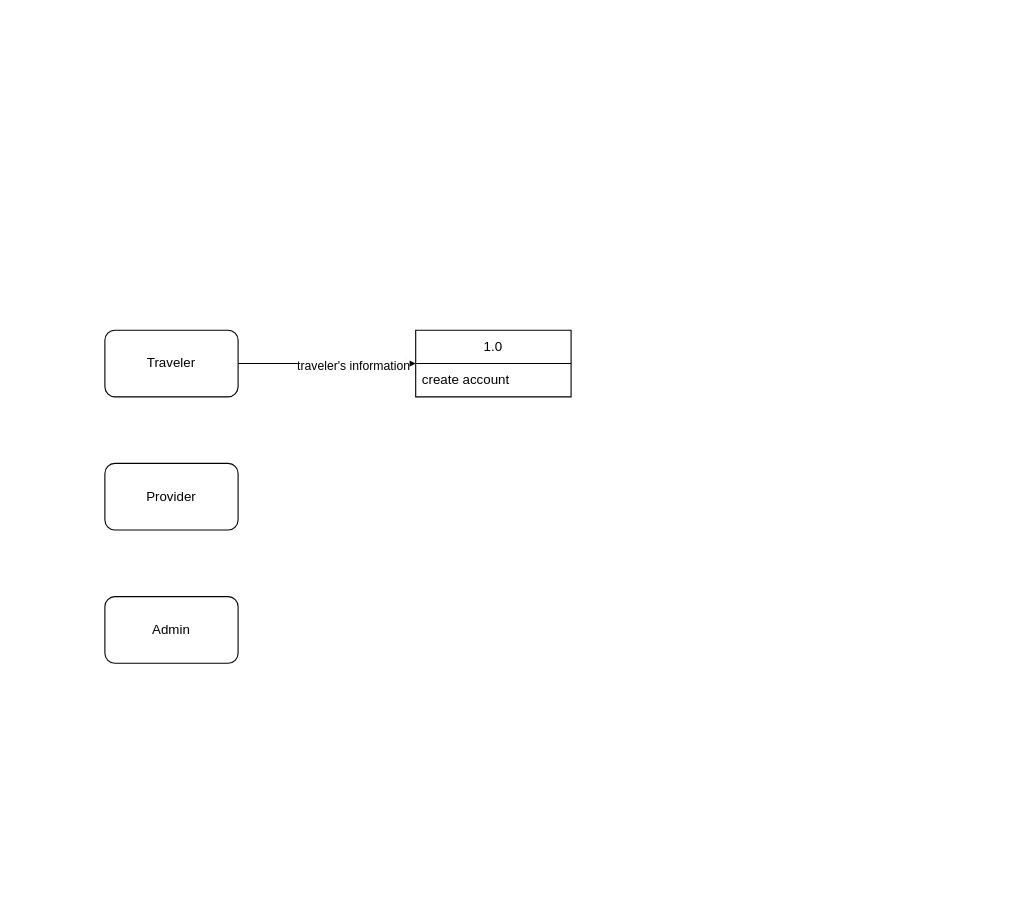
Before: banpin_app_data_flow.drawio in thunwara/namer_app, a draw.io diagram. Source tidied: cells renumbered, new cells numbered last; positions are measured from the earlier drawing's top-left corner, leaving out a move shared by most shapes. Both pictures are drawn from the tidied source at 111%, with x=0, y=0 at pixel (104, 330).
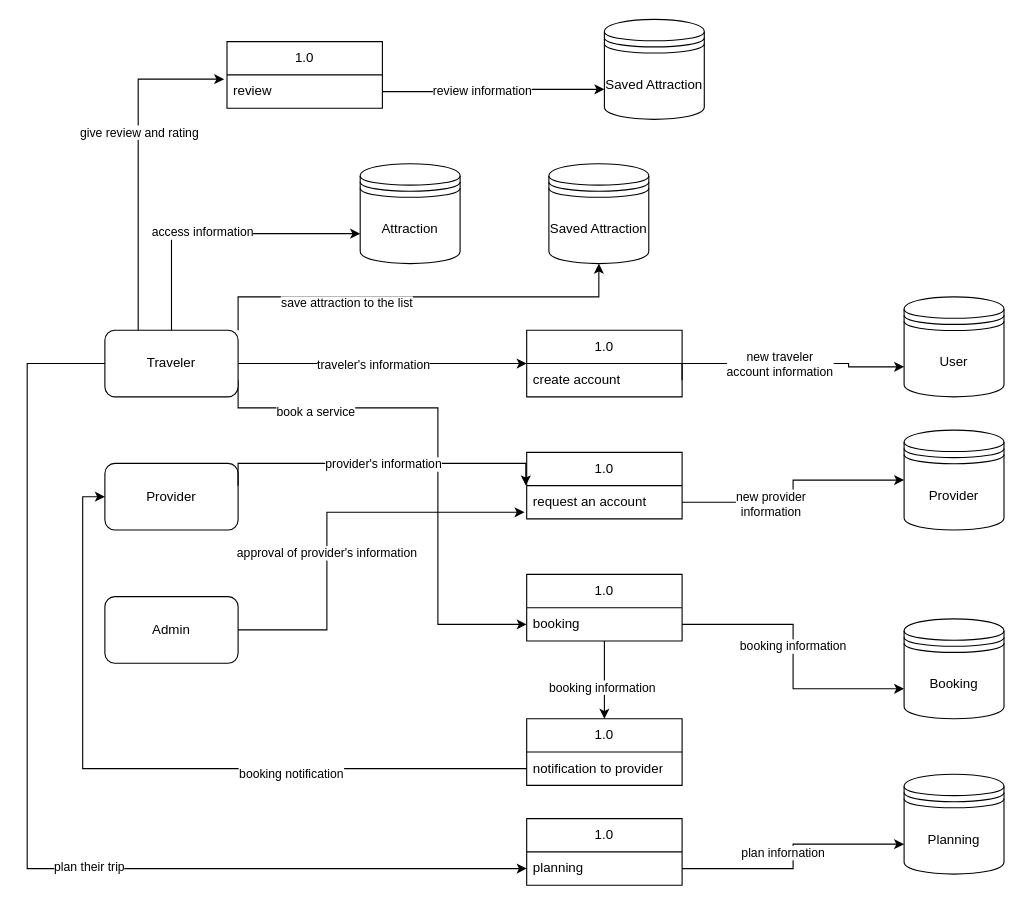
After the change.

The change refers to these unchanged cells:
```xml
<mxCell id="4" value="Traveler" style="rounded=1;whiteSpace=wrap;html=1;" parent="1" vertex="1">
  <mxGeometry width="120" height="60" as="geometry" />
</mxCell>
<mxCell id="5" value="Provider" style="rounded=1;whiteSpace=wrap;html=1;" parent="1" vertex="1">
  <mxGeometry y="120" width="120" height="60" as="geometry" />
</mxCell>
<mxCell id="6" value="Admin" style="rounded=1;whiteSpace=wrap;html=1;" parent="1" vertex="1">
  <mxGeometry y="240" width="120" height="60" as="geometry" />
</mxCell>
<mxCell id="8" value="create account" style="text;strokeColor=none;fillColor=none;align=left;verticalAlign=middle;spacingLeft=4;spacingRight=4;overflow=hidden;points=[[0,0.5],[1,0.5]];portConstraint=eastwest;whiteSpace=wrap;html=1;" parent="7" vertex="1">
  <mxGeometry y="30" width="140" height="30" as="geometry" />
</mxCell>
```

The edit, as a diff of the source:
```diff
@@
     <mxCell id="2" style="edgeStyle=orthogonalEdgeStyle;rounded=0;jettySize=auto;html=1;exitX=1;exitY=0.5;exitDx=0;exitDy=0;entryX=0;entryY=0.5;entryDx=0;entryDy=0;" parent="1" edge="1" source="4" target="7">
-      <mxGeometry relative="1" as="geometry" />
+      <mxGeometry relative="1" as="geometry">
+        <Array as="points">
+          <mxPoint x="320" y="30" />
+          <mxPoint x="320" y="30" />
+        </Array>
+      </mxGeometry>
     </mxCell>
     <mxCell id="3" value="traveler's information" style="edgeLabel;html=1;align=center;verticalAlign=middle;" parent="2" vertex="1">
-      <mxGeometry x="0.29" y="-1" relative="1" as="geometry" />
+      <mxGeometry x="0.29" y="-1" relative="1" as="geometry">
+        <mxPoint x="-47" y="-1" as="offset" />
+      </mxGeometry>
     </mxCell>
+    <mxCell id="9" style="edgeStyle=orthogonalEdgeStyle;rounded=0;jettySize=auto;html=1;exitX=0.5;exitY=0;exitDx=0;exitDy=0;entryX=0;entryY=0.7;entryDx=0;entryDy=0;" parent="1" edge="1" source="4" target="26">
+      <mxGeometry relative="1" as="geometry" />
+    </mxCell>
+    <mxCell id="10" value="access information" style="edgeLabel;html=1;align=center;verticalAlign=middle;" parent="9" vertex="1">
+      <mxGeometry x="-0.11" y="2" relative="1" as="geometry" />
+    </mxCell>
+    <mxCell id="11" style="edgeStyle=orthogonalEdgeStyle;rounded=0;jettySize=auto;html=1;exitX=1;exitY=0;exitDx=0;exitDy=0;" parent="1" edge="1" source="4" target="27">
+      <mxGeometry relative="1" as="geometry" />
+    </mxCell>
+    <mxCell id="12" value="save attraction to the list" style="edgeLabel;html=1;align=center;verticalAlign=middle;" parent="11" vertex="1">
+      <mxGeometry x="-0.34" y="-5" relative="1" as="geometry" />
+    </mxCell>
+    <mxCell id="13" style="edgeStyle=orthogonalEdgeStyle;rounded=0;jettySize=auto;html=1;exitX=1;exitY=0.75;exitDx=0;exitDy=0;entryX=0;entryY=0.5;entryDx=0;entryDy=0;" parent="1" edge="1" source="4" target="29">
+      <mxGeometry relative="1" as="geometry">
+        <Array as="points">
+          <mxPoint x="120" y="70" />
+          <mxPoint x="300" y="70" />
+          <mxPoint x="300" y="265" />
+        </Array>
+      </mxGeometry>
+    </mxCell>
+    <mxCell id="14" value="book a service" style="edgeLabel;html=1;align=center;verticalAlign=middle;" parent="13" vertex="1">
+      <mxGeometry x="-0.61" y="-3" relative="1" as="geometry" />
+    </mxCell>
+    <mxCell id="15" style="edgeStyle=orthogonalEdgeStyle;rounded=0;jettySize=auto;html=1;exitX=0;exitY=0.5;exitDx=0;exitDy=0;entryX=0;entryY=0.5;entryDx=0;entryDy=0;" parent="1" edge="1" source="4" target="50">
+      <mxGeometry relative="1" as="geometry">
+        <Array as="points">
+          <mxPoint x="-70" y="30" />
+          <mxPoint x="-70" y="485" />
+        </Array>
+      </mxGeometry>
+    </mxCell>
+    <mxCell id="16" value="plan their trip" style="edgeLabel;html=1;align=center;verticalAlign=middle;" parent="15" vertex="1">
+      <mxGeometry x="0.19" y="2" relative="1" as="geometry" />
+    </mxCell>
@@
     <mxCell id="7" value="1.0" style="swimlane;fontStyle=0;horizontal=1;startSize=30;whiteSpace=wrap;html=1;" parent="1" vertex="1">
-      <mxGeometry x="280" width="140" height="60" as="geometry" />
+      <mxGeometry x="380" width="140" height="60" as="geometry" />
     </mxCell>
@@
+    <mxCell id="17" value="User" style="shape=datastore;whiteSpace=wrap;html=1;" parent="1" vertex="1">
+      <mxGeometry x="720" y="-30" width="90" height="90" as="geometry" />
+    </mxCell>
+    <mxCell id="18" style="edgeStyle=orthogonalEdgeStyle;rounded=0;jettySize=auto;html=1;exitX=1;exitY=0.5;exitDx=0;exitDy=0;entryX=0;entryY=0.7;entryDx=0;entryDy=0;" parent="1" edge="1" source="8" target="17">
+      <mxGeometry relative="1" as="geometry">
+        <Array as="points">
+          <mxPoint x="520" y="30" />
+          <mxPoint x="670" y="30" />
+          <mxPoint x="670" y="33" />
+        </Array>
+      </mxGeometry>
+    </mxCell>
+    <mxCell id="19" value="new traveler&lt;br&gt;account information" style="edgeLabel;html=1;align=center;verticalAlign=middle;" parent="18" vertex="1">
+      <mxGeometry x="-0.06" relative="1" as="geometry" />
+    </mxCell>
+    <mxCell id="20" value="1.0" style="swimlane;fontStyle=0;horizontal=1;startSize=30;whiteSpace=wrap;html=1;" parent="1" vertex="1">
+      <mxGeometry x="380" y="110" width="140" height="60" as="geometry" />
+    </mxCell>
+    <mxCell id="21" value="request an account" style="text;strokeColor=none;fillColor=none;align=left;verticalAlign=middle;spacingLeft=4;spacingRight=4;overflow=hidden;points=[[0,0.5],[1,0.5]];portConstraint=eastwest;whiteSpace=wrap;html=1;" parent="20" vertex="1">
+      <mxGeometry y="30" width="140" height="30" as="geometry" />
+    </mxCell>
+    <mxCell id="22" style="edgeStyle=orthogonalEdgeStyle;rounded=0;orthogonalLoop=1;jettySize=auto;html=1;exitX=1;exitY=0.5;exitDx=0;exitDy=0;entryX=-0.006;entryY=0.328;entryDx=0;entryDy=0;entryPerimeter=0;" parent="1" edge="1">
+      <mxGeometry relative="1" as="geometry">
+        <mxPoint x="120" y="140" as="sourcePoint" />
+        <mxPoint x="379.2" y="139.8" as="targetPoint" />
+        <Array as="points">
+          <mxPoint x="120" y="120" />
+          <mxPoint x="379" y="120" />
+        </Array>
+      </mxGeometry>
+    </mxCell>
+    <mxCell id="23" value="provider's information" style="edgeLabel;html=1;align=center;verticalAlign=middle;" parent="22" vertex="1">
+      <mxGeometry x="0.14" y="-3" relative="1" as="geometry">
+        <mxPoint x="-20" y="-3" as="offset" />
+      </mxGeometry>
+    </mxCell>
+    <mxCell id="24" style="edgeStyle=orthogonalEdgeStyle;rounded=0;jettySize=auto;html=1;exitX=1;exitY=0.5;exitDx=0;exitDy=0;entryX=-0.014;entryY=0.8;entryDx=0;entryDy=0;entryPerimeter=0;" parent="1" edge="1" source="6" target="21">
+      <mxGeometry relative="1" as="geometry">
+        <Array as="points">
+          <mxPoint x="200" y="270" />
+          <mxPoint x="200" y="164" />
+        </Array>
+      </mxGeometry>
+    </mxCell>
+    <mxCell id="25" value="approval of provider's information" style="edgeLabel;html=1;align=center;verticalAlign=middle;" parent="24" vertex="1">
+      <mxGeometry x="-0.79" y="-1" relative="1" as="geometry">
+        <mxPoint x="41" y="-71" as="offset" />
+      </mxGeometry>
+    </mxCell>
+    <mxCell id="26" value="Attraction" style="shape=datastore;whiteSpace=wrap;html=1;" parent="1" vertex="1">
+      <mxGeometry x="230" y="-150" width="90" height="90" as="geometry" />
+    </mxCell>
+    <mxCell id="27" value="Saved Attraction" style="shape=datastore;whiteSpace=wrap;html=1;" parent="1" vertex="1">
+      <mxGeometry x="400" y="-150" width="90" height="90" as="geometry" />
+    </mxCell>
+    <mxCell id="28" value="1.0" style="swimlane;fontStyle=0;horizontal=1;startSize=30;whiteSpace=wrap;html=1;" parent="1" vertex="1">
+      <mxGeometry x="380" y="220" width="140" height="60" as="geometry" />
+    </mxCell>
+    <mxCell id="29" value="booking" style="text;strokeColor=none;fillColor=none;align=left;verticalAlign=middle;spacingLeft=4;spacingRight=4;overflow=hidden;points=[[0,0.5],[1,0.5]];portConstraint=eastwest;whiteSpace=wrap;html=1;" parent="28" vertex="1">
+      <mxGeometry y="30" width="140" height="30" as="geometry" />
+    </mxCell>
+    <mxCell id="30" value="Booking" style="shape=datastore;whiteSpace=wrap;html=1;" parent="1" vertex="1">
+      <mxGeometry x="720" y="260" width="90" height="90" as="geometry" />
+    </mxCell>
+    <mxCell id="31" style="edgeStyle=orthogonalEdgeStyle;rounded=0;jettySize=auto;html=1;entryX=0;entryY=0.7;entryDx=0;entryDy=0;" parent="1" edge="1" source="29" target="30">
+      <mxGeometry relative="1" as="geometry" />
+    </mxCell>
+    <mxCell id="32" value="booking information" style="edgeLabel;html=1;align=center;verticalAlign=middle;" parent="31" vertex="1">
+      <mxGeometry x="-0.08" y="-1" relative="1" as="geometry" />
+    </mxCell>
+    <mxCell id="33" value="1.0" style="swimlane;fontStyle=0;horizontal=1;startSize=30;whiteSpace=wrap;html=1;" parent="1" vertex="1">
+      <mxGeometry x="380" y="350" width="140" height="60" as="geometry" />
+    </mxCell>
+    <mxCell id="34" value="notification to provider" style="text;strokeColor=none;fillColor=none;align=left;verticalAlign=middle;spacingLeft=4;spacingRight=4;overflow=hidden;points=[[0,0.5],[1,0.5]];portConstraint=eastwest;whiteSpace=wrap;html=1;" parent="33" vertex="1">
+      <mxGeometry y="30" width="140" height="30" as="geometry" />
+    </mxCell>
+    <mxCell id="35" style="edgeStyle=orthogonalEdgeStyle;rounded=0;jettySize=auto;html=1;" parent="1" edge="1" source="29" target="33">
+      <mxGeometry relative="1" as="geometry">
+        <Array as="points">
+          <mxPoint x="450" y="290" />
+          <mxPoint x="450" y="290" />
+        </Array>
+      </mxGeometry>
+    </mxCell>
+    <mxCell id="36" value="booking information" style="edgeLabel;html=1;align=center;verticalAlign=middle;" parent="35" vertex="1">
+      <mxGeometry x="0.17" y="-3" relative="1" as="geometry" />
+    </mxCell>
+    <mxCell id="37" style="edgeStyle=orthogonalEdgeStyle;rounded=0;jettySize=auto;html=1;entryX=0;entryY=0.5;entryDx=0;entryDy=0;" parent="1" edge="1" source="34" target="5">
+      <mxGeometry relative="1" as="geometry" />
+    </mxCell>
+    <mxCell id="38" value="booking notification" style="edgeLabel;html=1;align=center;verticalAlign=middle;" parent="37" vertex="1">
+      <mxGeometry x="-0.36" y="4" relative="1" as="geometry" />
+    </mxCell>
+    <mxCell id="39" value="1.0" style="swimlane;fontStyle=0;horizontal=1;startSize=30;whiteSpace=wrap;html=1;" parent="1" vertex="1">
+      <mxGeometry x="110" y="-260" width="140" height="60" as="geometry" />
+    </mxCell>
+    <mxCell id="40" value="review" style="text;strokeColor=none;fillColor=none;align=left;verticalAlign=middle;spacingLeft=4;spacingRight=4;overflow=hidden;points=[[0,0.5],[1,0.5]];portConstraint=eastwest;whiteSpace=wrap;html=1;" parent="39" vertex="1">
+      <mxGeometry y="30" width="140" height="30" as="geometry" />
+    </mxCell>
+    <mxCell id="41" style="edgeStyle=orthogonalEdgeStyle;rounded=0;jettySize=auto;html=1;entryX=-0.018;entryY=0.127;entryDx=0;entryDy=0;entryPerimeter=0;" parent="1" edge="1" source="4" target="40">
+      <mxGeometry relative="1" as="geometry">
+        <Array as="points">
+          <mxPoint x="30" y="-226" />
+        </Array>
+      </mxGeometry>
+    </mxCell>
+    <mxCell id="42" value="give review and rating" style="edgeLabel;html=1;align=center;verticalAlign=middle;" parent="41" vertex="1">
+      <mxGeometry x="0.18" relative="1" as="geometry" />
+    </mxCell>
+    <mxCell id="43" value="Saved Attraction" style="shape=datastore;whiteSpace=wrap;html=1;" parent="1" vertex="1">
+      <mxGeometry x="450" y="-280" width="90" height="90" as="geometry" />
+    </mxCell>
+    <mxCell id="44" style="edgeStyle=orthogonalEdgeStyle;rounded=0;jettySize=auto;html=1;exitX=1;exitY=0.5;exitDx=0;exitDy=0;entryX=0;entryY=0.7;entryDx=0;entryDy=0;" parent="1" edge="1" source="40" target="43">
+      <mxGeometry relative="1" as="geometry" />
+    </mxCell>
+    <mxCell id="45" value="review information" style="edgeLabel;html=1;align=center;verticalAlign=middle;" parent="44" vertex="1">
+      <mxGeometry x="-0.12" y="1" relative="1" as="geometry" />
+    </mxCell>
+    <mxCell id="46" value="Provider" style="shape=datastore;whiteSpace=wrap;html=1;" parent="1" vertex="1">
+      <mxGeometry x="720" y="90" width="90" height="90" as="geometry" />
+    </mxCell>
+    <mxCell id="47" style="edgeStyle=orthogonalEdgeStyle;rounded=0;jettySize=auto;html=1;" parent="1" edge="1" source="21" target="46">
+      <mxGeometry relative="1" as="geometry" />
+    </mxCell>
+    <mxCell id="48" value="new provider&lt;br&gt;information" style="edgeLabel;html=1;align=center;verticalAlign=middle;" parent="47" vertex="1">
+      <mxGeometry x="-0.28" y="-1" relative="1" as="geometry" />
+    </mxCell>
+    <mxCell id="49" value="1.0" style="swimlane;fontStyle=0;horizontal=1;startSize=30;whiteSpace=wrap;html=1;" parent="1" vertex="1">
+      <mxGeometry x="380" y="440" width="140" height="60" as="geometry" />
+    </mxCell>
+    <mxCell id="50" value="planning" style="text;strokeColor=none;fillColor=none;align=left;verticalAlign=middle;spacingLeft=4;spacingRight=4;overflow=hidden;points=[[0,0.5],[1,0.5]];portConstraint=eastwest;whiteSpace=wrap;html=1;" parent="49" vertex="1">
+      <mxGeometry y="30" width="140" height="30" as="geometry" />
+    </mxCell>
+    <mxCell id="51" value="Planning" style="shape=datastore;whiteSpace=wrap;html=1;" parent="1" vertex="1">
+      <mxGeometry x="720" y="400" width="90" height="90" as="geometry" />
+    </mxCell>
+    <mxCell id="52" style="edgeStyle=orthogonalEdgeStyle;rounded=0;jettySize=auto;html=1;exitX=1;exitY=0.5;exitDx=0;exitDy=0;entryX=0;entryY=0.7;entryDx=0;entryDy=0;" parent="1" edge="1" source="50" target="51">
+      <mxGeometry relative="1" as="geometry" />
+    </mxCell>
+    <mxCell id="53" value="plan infornation" style="edgeLabel;html=1;align=center;verticalAlign=middle;" parent="52" vertex="1">
+      <mxGeometry x="-0.71" y="2" relative="1" as="geometry">
+        <mxPoint x="58" y="-13" as="offset" />
+      </mxGeometry>
+    </mxCell>
```
